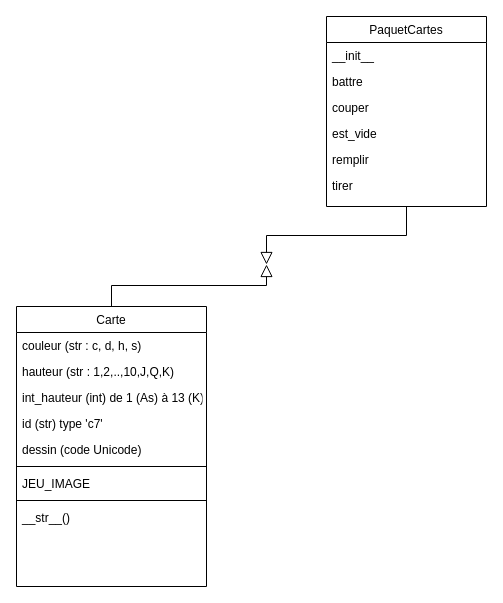
gaspth64/pharaon keeps this draw.io diagram as digramme_classes_V1.drawio. Above is the earlier version. Source tidied: cells renumbered, new cells numbered last; positions are measured from the earlier drawing's top-left corner, leaving out a move shared by most shapes. Both pictures are drawn from the tidied source at 100%, with x=0, y=0 at pixel (16, 16).
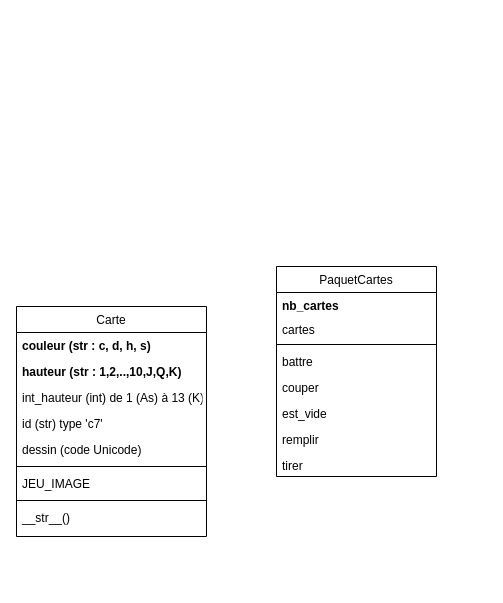
Above is the later version.

Commit message:
Mettre à jour diagramme_classes_V1.drawio

Change to the diagram source:
```diff
@@
     <mxCell id="2" value="Carte" style="swimlane;fontStyle=0;align=center;verticalAlign=top;horizontal=1;startSize=26;rounded=0;shadow=0;strokeWidth=1;" parent="1" vertex="1">
-      <mxGeometry y="290" width="190" height="280" as="geometry" />
+      <mxGeometry y="290" width="190" height="230" as="geometry" />
     </mxCell>
-    <mxCell id="3" value="couleur (str : c, d, h, s)" style="text;align=left;verticalAlign=top;spacingLeft=4;spacingRight=4;overflow=hidden;" parent="2" vertex="1">
+    <mxCell id="3" value="couleur (str : c, d, h, s)" style="text;align=left;verticalAlign=top;spacingLeft=4;spacingRight=4;overflow=hidden;fontStyle=1;" parent="2" vertex="1">
       <mxGeometry y="26" width="190" height="26" as="geometry" />
     </mxCell>
-    <mxCell id="4" value="hauteur (str : 1,2,..,10,J,Q,K)" style="text;align=left;verticalAlign=top;spacingLeft=4;spacingRight=4;overflow=hidden;" parent="2" vertex="1">
+    <mxCell id="4" value="hauteur (str : 1,2,..,10,J,Q,K)" style="text;align=left;verticalAlign=top;spacingLeft=4;spacingRight=4;overflow=hidden;fontStyle=1;" parent="2" vertex="1">
       <mxGeometry y="52" width="190" height="26" as="geometry" />
     </mxCell>
@@
-    <mxCell id="12" style="endArrow=block;endSize=10;endFill=0;shadow=0;strokeWidth=1;rounded=0;curved=0;edgeStyle=elbowEdgeStyle;elbow=vertical;" parent="1" edge="1" source="2">
-      <mxGeometry relative="1" as="geometry">
-        <mxPoint x="250" y="248" as="targetPoint" />
-      </mxGeometry>
-    </mxCell>
     <mxCell id="13" value="PaquetCartes" style="swimlane;fontStyle=0;align=center;verticalAlign=top;horizontal=1;startSize=26;rounded=0;shadow=0;strokeWidth=1;" parent="1" vertex="1">
-      <mxGeometry x="310" width="160" height="190" as="geometry" />
+      <mxGeometry x="260" y="250" width="160" height="210" as="geometry" />
     </mxCell>
-    <mxCell id="14" value="__init__" style="text;align=left;verticalAlign=top;spacingLeft=4;spacingRight=4;overflow=hidden;" parent="13" vertex="1">
-      <mxGeometry y="26" width="160" height="26" as="geometry" />
-    </mxCell>
+    <mxCell id="21" value="nb_cartes" style="text;align=left;verticalAlign=top;spacingLeft=4;spacingRight=4;overflow=hidden;fontStyle=1;" parent="13" vertex="1">
+      <mxGeometry y="26" width="160" height="24" as="geometry" />
+    </mxCell>
+    <mxCell id="22" value="cartes" style="text;align=left;verticalAlign=top;spacingLeft=4;spacingRight=4;overflow=hidden;" parent="13" vertex="1">
+      <mxGeometry y="50" width="160" height="24" as="geometry" />
+    </mxCell>
+    <mxCell id="23" style="line;html=1;strokeWidth=1;align=left;verticalAlign=middle;spacingTop=-1;spacingLeft=3;spacingRight=3;labelPosition=right;" parent="13" vertex="1">
+      <mxGeometry y="74" width="160" height="8" as="geometry" />
+    </mxCell>
     <mxCell id="15" value="battre" style="text;align=left;verticalAlign=top;spacingLeft=4;spacingRight=4;overflow=hidden;" parent="13" vertex="1">
-      <mxGeometry y="52" width="160" height="26" as="geometry" />
+      <mxGeometry y="82" width="160" height="26" as="geometry" />
     </mxCell>
     <mxCell id="16" value="couper" style="text;align=left;verticalAlign=top;spacingLeft=4;spacingRight=4;overflow=hidden;" parent="13" vertex="1">
-      <mxGeometry y="78" width="160" height="26" as="geometry" />
+      <mxGeometry y="108" width="160" height="26" as="geometry" />
     </mxCell>
     <mxCell id="17" value="est_vide" style="text;align=left;verticalAlign=top;spacingLeft=4;spacingRight=4;overflow=hidden;" parent="13" vertex="1">
-      <mxGeometry y="104" width="160" height="26" as="geometry" />
+      <mxGeometry y="134" width="160" height="26" as="geometry" />
     </mxCell>
     <mxCell id="18" value="remplir" style="text;align=left;verticalAlign=top;spacingLeft=4;spacingRight=4;overflow=hidden;" parent="13" vertex="1">
-      <mxGeometry y="130" width="160" height="26" as="geometry" />
+      <mxGeometry y="160" width="160" height="26" as="geometry" />
     </mxCell>
     <mxCell id="19" value="tirer" style="text;align=left;verticalAlign=top;spacingLeft=4;spacingRight=4;overflow=hidden;" parent="13" vertex="1">
-      <mxGeometry y="156" width="160" height="24" as="geometry" />
+      <mxGeometry y="186" width="160" height="24" as="geometry" />
     </mxCell>
-    <mxCell id="20" style="endArrow=block;endSize=10;endFill=0;shadow=0;strokeWidth=1;rounded=0;curved=0;edgeStyle=elbowEdgeStyle;elbow=vertical;" parent="1" edge="1" source="13">
-      <mxGeometry relative="1" as="geometry">
-        <mxPoint x="250" y="248" as="targetPoint" />
-      </mxGeometry>
-    </mxCell>
```
